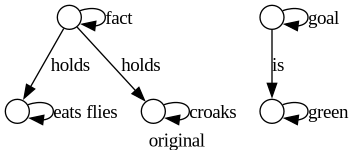
Qoba-ai/AITP-24 keeps this Graphviz diagram as plots/original.png. Above is the earlier version. Its source is kept beside it as plots/original.dot. Its diagram source:
```dot
digraph G {
label = "original"
g6n3 [label="" shape=circle width=0.25]
g6n2 [label="" shape=circle width=0.25]
g6n0 [label="" shape=circle width=0.25]
g6n1 [label="" shape=circle width=0.25]
g6n4 [label="" shape=circle width=0.25]
g6n3 -> g6n3 [label="eats flies"];
g6n2 -> g6n2 [label="green"];
g6n0 -> g6n0 [label="goal"];
g6n0 -> g6n2 [label="is"];
g6n1 -> g6n1 [label="fact"];
g6n1 -> g6n3 [label="holds"];
g6n1 -> g6n4 [label="holds"];
g6n4 -> g6n4 [label="croaks"];
}
```
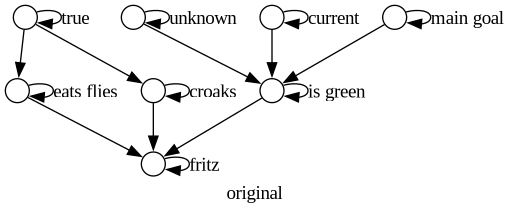
Later version of the same file.

Change to the diagram source:
```diff
@@ -1,16 +1,27 @@
 digraph G {
 label = "original"
-g6n3 [label="" shape=circle width=0.25]
-g6n2 [label="" shape=circle width=0.25]
-g6n0 [label="" shape=circle width=0.25]
-g6n1 [label="" shape=circle width=0.25]
-g6n4 [label="" shape=circle width=0.25]
-g6n3 -> g6n3 [label="eats flies"];
-g6n2 -> g6n2 [label="green"];
-g6n0 -> g6n0 [label="goal"];
-g6n0 -> g6n2 [label="is"];
-g6n1 -> g6n1 [label="fact"];
-g6n1 -> g6n3 [label="holds"];
-g6n1 -> g6n4 [label="holds"];
-g6n4 -> g6n4 [label="croaks"];
+g21n1 [label="" shape=circle width=0.25]
+g21n2 [label="" shape=circle width=0.25]
+g21n7 [label="" shape=circle width=0.25]
+g21n3 [label="" shape=circle width=0.25]
+g21n6 [label="" shape=circle width=0.25]
+g21n5 [label="" shape=circle width=0.25]
+g21n4 [label="" shape=circle width=0.25]
+g21n0 [label="" shape=circle width=0.25]
+g21n1 -> g21n1 [label="true"];
+g21n1 -> g21n3 [label=""];
+g21n1 -> g21n4 [label=""];
+g21n2 -> g21n2 [label="is green"];
+g21n2 -> g21n5 [label=""];
+g21n7 -> g21n7 [label="unknown"];
+g21n7 -> g21n2 [label=""];
+g21n3 -> g21n3 [label="eats flies"];
+g21n3 -> g21n5 [label=""];
+g21n6 -> g21n6 [label="current"];
+g21n6 -> g21n2 [label=""];
+g21n5 -> g21n5 [label="fritz"];
+g21n4 -> g21n4 [label="croaks"];
+g21n4 -> g21n5 [label=""];
+g21n0 -> g21n0 [label="main goal"];
+g21n0 -> g21n2 [label=""];
 }
```
